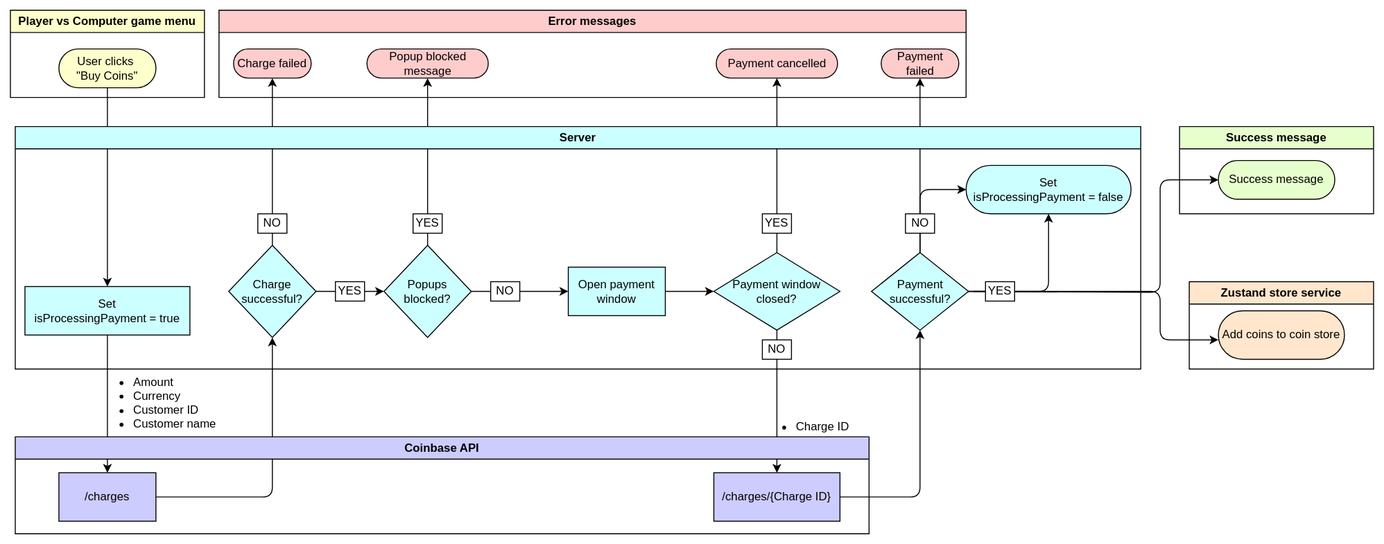
Rakshitg600/Notakto-website keeps this draw.io diagram as docs/images/payment-flow.drawio.svg. Above is the earlier version. Source tidied: cells renumbered, new cells last; positions are measured from the earlier drawing's top-left corner, leaving out a move shared by most shapes.
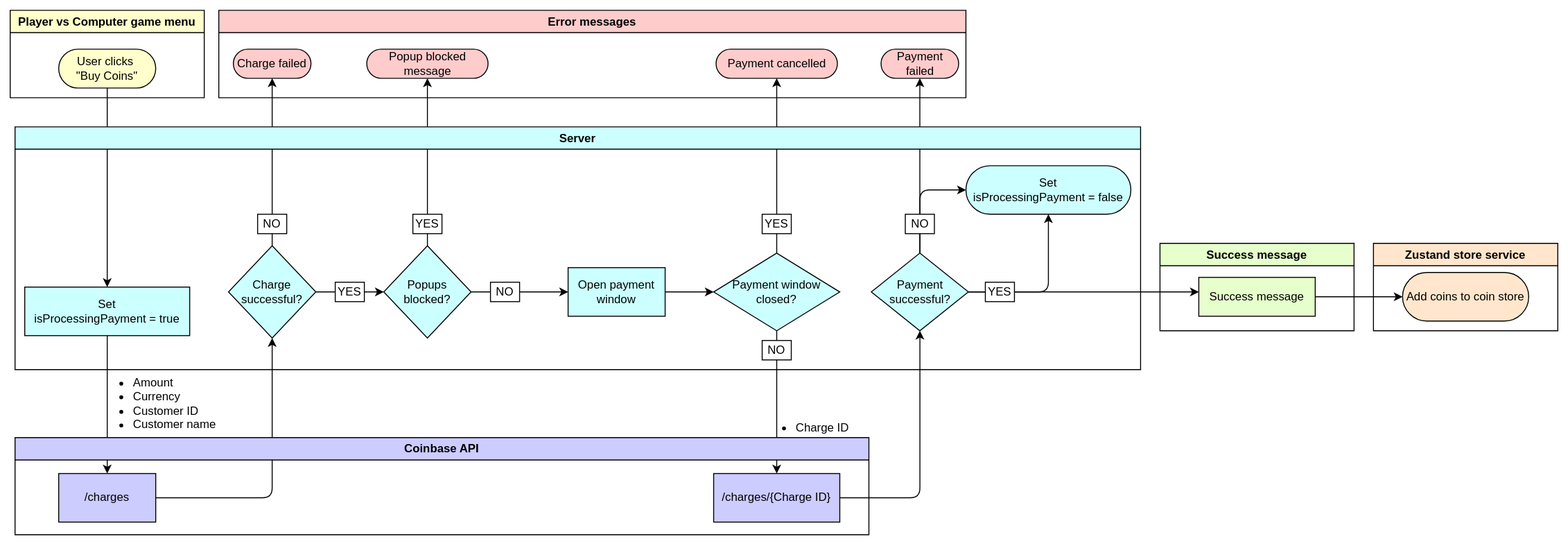
After the commit.

Commit message:
added skip a move diagram

Diff of the diagram source:
```diff
@@ -6,20 +6,11 @@
       <mxGeometry relative="1" as="geometry">
         <mxPoint x="982.5" y="290" as="sourcePoint" />
         <Array as="points">
+          <mxPoint x="1185" y="290" />
           <mxPoint x="1185" y="291" />
-          <mxPoint x="1185" y="175" />
         </Array>
       </mxGeometry>
     </mxCell>
-    <mxCell id="3" style="edgeStyle=orthogonalEdgeStyle;rounded=1;jettySize=auto;html=1;curved=0;" parent="1" edge="1" target="49">
-      <mxGeometry relative="1" as="geometry">
-        <mxPoint x="992.5" y="290" as="sourcePoint" />
-        <Array as="points">
-          <mxPoint x="1185" y="290" />
-          <mxPoint x="1185" y="340" />
-        </Array>
-      </mxGeometry>
-    </mxCell>
     <mxCell id="4" value="Set&lt;div&gt;isProcessingPayment = true&lt;/div&gt;" style="html=1;dashed=0;whiteSpace=wrap;fillColor=#CCFFFF;" parent="1" vertex="1">
       <mxGeometry x="15" y="285" width="170" height="50" as="geometry" />
     </mxCell>
@@ -87,9 +78,9 @@
       <mxGeometry x="50" y="40" width="100" height="40" as="geometry" />
     </mxCell>
     <mxCell id="26" value="Success message" style="swimlane;whiteSpace=wrap;html=1;fillColor=#E6FFCC;" parent="1" vertex="1">
-      <mxGeometry x="1205" y="120" width="200" height="90" as="geometry" />
+      <mxGeometry x="1185" y="240" width="200" height="90" as="geometry" />
     </mxCell>
-    <mxCell id="27" value="Success message" style="whiteSpace=wrap;html=1;dashed=0;shape=mxgraph.dfd.start;fillColor=#E6FFCC;" parent="26" vertex="1">
+    <mxCell id="27" value="Success message" style="whiteSpace=wrap;html=1;dashed=0;shape=label;fillColor=#E6FFCC;" parent="26" vertex="1">
       <mxGeometry x="40" y="35" width="120" height="40" as="geometry" />
     </mxCell>
     <mxCell id="28" value="Server" style="swimlane;whiteSpace=wrap;html=1;fillColor=#CCFFFF;" parent="1" vertex="1">
@@ -161,10 +152,13 @@
       <mxGeometry x="980" y="40" width="170" height="50" as="geometry" />
     </mxCell>
     <mxCell id="48" value="Zustand store service" style="swimlane;whiteSpace=wrap;html=1;fillColor=#FFE6CC;" parent="1" vertex="1">
-      <mxGeometry x="1215" y="280" width="190" height="90" as="geometry" />
+      <mxGeometry x="1405" y="240" width="190" height="90" as="geometry" />
     </mxCell>
-    <mxCell id="49" value="Add coins to coin store" style="html=1;dashed=0;whiteSpace=wrap;fillColor=#FFE6CC;shape=mxgraph.dfd.start;" parent="48" vertex="1">
+    <mxCell id="49" value="Add coins to coin store" style="html=1;dashed=0;whiteSpace=wrap;fillColor=#FFE6CC;shape=mxgraph.dfd.start;right=0;left=0;" parent="48" vertex="1">
       <mxGeometry x="30" y="30" width="130" height="50" as="geometry" />
     </mxCell>
+    <mxCell id="50" style="edgeStyle=orthogonalEdgeStyle;rounded=0;jettySize=auto;html=1;" parent="1" edge="1" source="27" target="49">
+      <mxGeometry relative="1" as="geometry" />
+    </mxCell>
   </root>
 </mxGraphModel>
```
